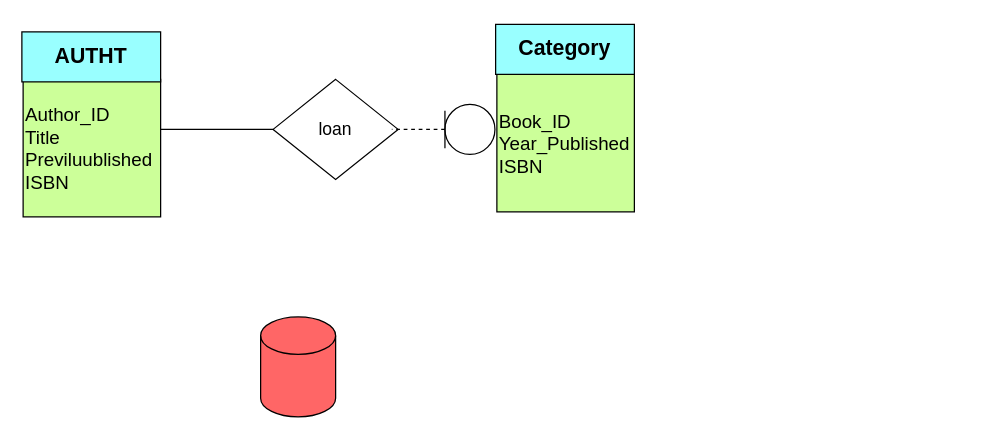
This is ER_Diagram-for-libarary-management-System.drawio from hussaini021/Library_management, a draw.io file, before an edit. Source tidied: cells renumbered, new cells numbered last; positions are measured from the earlier drawing's top-left corner, leaving out a move shared by most shapes. Both pictures are drawn from the tidied source at 125%, with x=0, y=0 at pixel (21, 24).
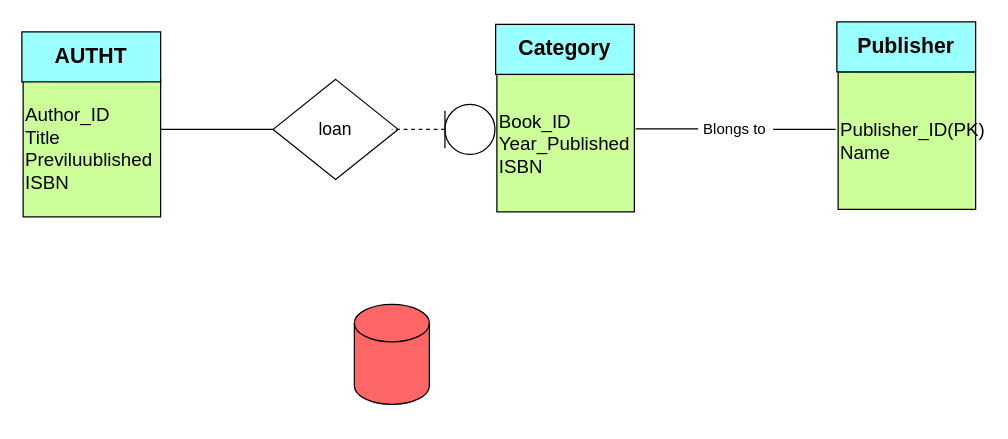
The same diagram, later.

The edit, as a diff of the source:
```diff
@@
 <mxGraphModel>
   <root>
     <mxCell id="0" />
     <mxCell id="1" parent="0" />
     <mxCell id="2" value="&lt;font style=&quot;font-size: 14px;&quot;&gt;loan&lt;/font&gt;" style="rhombus;whiteSpace=wrap;html=1;" parent="1" vertex="1">
       <mxGeometry x="201" y="44" width="100" height="80" as="geometry" />
     </mxCell>
     <mxCell id="3" value="&lt;font style=&quot;font-size: 15px;&quot;&gt;Author_ID&lt;/font&gt;&lt;div&gt;&lt;font style=&quot;font-size: 15px;&quot;&gt;Title&lt;/font&gt;&lt;/div&gt;&lt;div&gt;&lt;font style=&quot;font-size: 15px;&quot;&gt;Previluublished&lt;/font&gt;&lt;/div&gt;&lt;div&gt;&lt;font style=&quot;font-size: 15px;&quot;&gt;ISBN&lt;/font&gt;&lt;/div&gt;" style="whiteSpace=wrap;html=1;align=left;fillColor=#CCFF99;" parent="1" vertex="1">
       <mxGeometry x="1" y="44" width="110" height="110" as="geometry" />
     </mxCell>
     <mxCell id="4" value="&lt;b&gt;&lt;font style=&quot;font-size: 17px;&quot;&gt;AUTHT&lt;/font&gt;&lt;/b&gt;" style="rounded=0;whiteSpace=wrap;html=1;fillColor=#99FFFF;" parent="1" vertex="1">
       <mxGeometry y="6" width="111" height="40" as="geometry" />
     </mxCell>
     <mxCell id="5" style="endArrow=none;html=1;rounded=0;" parent="1" edge="1">
       <mxGeometry relative="1" as="geometry">
         <mxPoint x="111" y="84" as="sourcePoint" />
         <mxPoint x="201" y="84" as="targetPoint" />
         <Array as="points">
           <mxPoint x="171" y="84" />
         </Array>
       </mxGeometry>
     </mxCell>
     <mxCell id="6" style="shape=umlLifeline;perimeter=lifelinePerimeter;whiteSpace=wrap;html=1;newEdgeStyle={&quot;curved&quot;:0,&quot;rounded&quot;:0};participant=umlEntity;rotation=90;size=40;" parent="1" vertex="1">
       <mxGeometry x="317.2" y="42.8" width="40" height="82.5" as="geometry" />
     </mxCell>
     <mxCell id="7" value="&lt;span style=&quot;font-size: 15px;&quot;&gt;Book_ID&lt;/span&gt;&lt;div&gt;&lt;span style=&quot;font-size: 15px;&quot;&gt;Year_Published&lt;/span&gt;&lt;/div&gt;&lt;div&gt;&lt;span style=&quot;font-size: 15px;&quot;&gt;ISBN&lt;/span&gt;&lt;/div&gt;" style="whiteSpace=wrap;html=1;align=left;fillColor=#CCFF99;" parent="1" vertex="1">
       <mxGeometry x="380" y="40" width="110" height="110" as="geometry" />
     </mxCell>
     <mxCell id="8" value="&lt;span style=&quot;font-size: 17px;&quot;&gt;&lt;b&gt;Category&lt;/b&gt;&lt;/span&gt;" style="rounded=0;whiteSpace=wrap;html=1;fillColor=#99FFFF;" parent="1" vertex="1">
       <mxGeometry x="379" width="111" height="40" as="geometry" />
     </mxCell>
     <mxCell id="9" style="shape=cylinder3;whiteSpace=wrap;html=1;boundedLbl=1;backgroundOutline=1;size=15;fillColor=#FF6666;" parent="1" vertex="1">
-      <mxGeometry x="191" y="234" width="60" height="80" as="geometry" />
+      <mxGeometry x="266" y="224" width="60" height="80" as="geometry" />
     </mxCell>
+    <mxCell id="10" style="endArrow=none;html=1;rounded=0;" parent="1" edge="1">
+      <mxGeometry relative="1" as="geometry">
+        <mxPoint x="491" y="83.5" as="sourcePoint" />
+        <mxPoint x="541" y="83.5" as="targetPoint" />
+      </mxGeometry>
+    </mxCell>
+    <mxCell id="11" value="Blongs to" style="text;html=1;align=center;verticalAlign=middle;strokeColor=none;fillColor=none;" parent="1" vertex="1">
+      <mxGeometry x="535" y="69" width="70" height="30" as="geometry" />
+    </mxCell>
+    <mxCell id="12" style="endArrow=none;html=1;rounded=0;" parent="1" edge="1">
+      <mxGeometry relative="1" as="geometry">
+        <mxPoint x="601" y="84" as="sourcePoint" />
+        <mxPoint x="651" y="84" as="targetPoint" />
+      </mxGeometry>
+    </mxCell>
+    <mxCell id="13" value="&lt;span style=&quot;font-size: 15px;&quot;&gt;Publisher_ID(PK)&lt;/span&gt;&lt;div&gt;&lt;span style=&quot;font-size: 15px;&quot;&gt;Name&lt;/span&gt;&lt;/div&gt;" style="whiteSpace=wrap;html=1;align=left;fillColor=#CCFF99;" parent="1" vertex="1">
+      <mxGeometry x="653" y="38" width="110" height="110" as="geometry" />
+    </mxCell>
+    <mxCell id="14" value="&lt;span style=&quot;font-size: 17px;&quot;&gt;&lt;b&gt;Publisher&lt;/b&gt;&lt;/span&gt;" style="rounded=0;whiteSpace=wrap;html=1;fillColor=#99FFFF;" parent="1" vertex="1">
+      <mxGeometry x="652" y="-2" width="111" height="40" as="geometry" />
+    </mxCell>
   </root>
 </mxGraphModel>
```
